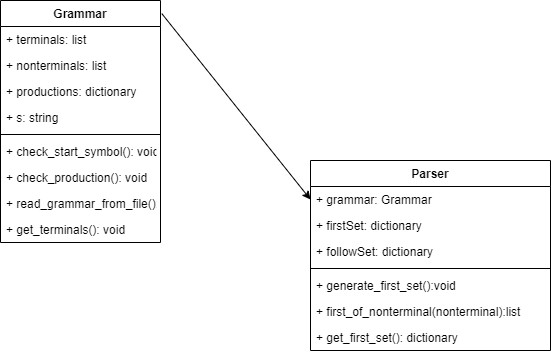
Earlier version of the draw.io export LAB7/ParserDiag.png (bogdan1809/FLCD). Source tidied: cells renumbered, new cells last; positions are measured from the earlier drawing's top-left corner, leaving out a move shared by most shapes. Its diagram source:
```xml
<mxGraphModel>
  <root>
    <mxCell id="0" />
    <mxCell id="1" parent="0" />
    <mxCell id="2" value="Grammar" style="swimlane;fontStyle=1;align=center;verticalAlign=top;horizontal=1;startSize=26;" parent="1" vertex="1">
      <mxGeometry width="160" height="242" as="geometry" />
    </mxCell>
    <mxCell id="3" value="+ terminals: list" style="text;strokeColor=none;fillColor=none;align=left;verticalAlign=top;spacingLeft=4;spacingRight=4;overflow=hidden;" parent="2" vertex="1">
      <mxGeometry y="26" width="160" height="26" as="geometry" />
    </mxCell>
    <mxCell id="4" value="+ nonterminals: list" style="text;strokeColor=none;fillColor=none;align=left;verticalAlign=top;spacingLeft=4;spacingRight=4;overflow=hidden;" parent="2" vertex="1">
      <mxGeometry y="52" width="160" height="26" as="geometry" />
    </mxCell>
    <mxCell id="5" value="+ productions: dictionary" style="text;strokeColor=none;fillColor=none;align=left;verticalAlign=top;spacingLeft=4;spacingRight=4;overflow=hidden;" parent="2" vertex="1">
      <mxGeometry y="78" width="160" height="26" as="geometry" />
    </mxCell>
    <mxCell id="6" value="+ s: string" style="text;strokeColor=none;fillColor=none;align=left;verticalAlign=top;spacingLeft=4;spacingRight=4;overflow=hidden;" parent="2" vertex="1">
      <mxGeometry y="104" width="160" height="26" as="geometry" />
    </mxCell>
    <mxCell id="7" style="line;strokeWidth=1;fillColor=none;align=left;verticalAlign=middle;spacingTop=-1;spacingLeft=3;spacingRight=3;labelPosition=right;" parent="2" vertex="1">
      <mxGeometry y="130" width="160" height="8" as="geometry" />
    </mxCell>
    <mxCell id="8" value="+ check_start_symbol(): void" style="text;strokeColor=none;fillColor=none;align=left;verticalAlign=top;spacingLeft=4;spacingRight=4;overflow=hidden;" parent="2" vertex="1">
      <mxGeometry y="138" width="160" height="26" as="geometry" />
    </mxCell>
    <mxCell id="9" value="+ check_production(): void" style="text;strokeColor=none;fillColor=none;align=left;verticalAlign=top;spacingLeft=4;spacingRight=4;overflow=hidden;" parent="2" vertex="1">
      <mxGeometry y="164" width="160" height="26" as="geometry" />
    </mxCell>
    <mxCell id="10" value="+ read_grammar_from_file(): void" style="text;strokeColor=none;fillColor=none;align=left;verticalAlign=top;spacingLeft=4;spacingRight=4;overflow=hidden;" parent="2" vertex="1">
      <mxGeometry y="190" width="160" height="26" as="geometry" />
    </mxCell>
    <mxCell id="11" value="+ get_terminals(): void" style="text;strokeColor=none;fillColor=none;align=left;verticalAlign=top;spacingLeft=4;spacingRight=4;overflow=hidden;" parent="2" vertex="1">
      <mxGeometry y="216" width="160" height="26" as="geometry" />
    </mxCell>
    <mxCell id="12" value="Parser" style="swimlane;fontStyle=1;align=center;verticalAlign=top;horizontal=1;startSize=26;" parent="1" vertex="1">
      <mxGeometry x="310" y="160" width="240" height="190" as="geometry" />
    </mxCell>
    <mxCell id="13" value="+ grammar: Grammar" style="text;strokeColor=none;fillColor=none;align=left;verticalAlign=top;spacingLeft=4;spacingRight=4;overflow=hidden;points=[[0,0.5],[1,0.5]];portConstraint=eastwest;" parent="12" vertex="1">
      <mxGeometry y="26" width="240" height="26" as="geometry" />
    </mxCell>
    <mxCell id="14" value="+ firstSet: dictionary" style="text;strokeColor=none;fillColor=none;align=left;verticalAlign=top;spacingLeft=4;spacingRight=4;overflow=hidden;" parent="12" vertex="1">
      <mxGeometry y="52" width="240" height="26" as="geometry" />
    </mxCell>
    <mxCell id="15" value="+ followSet: dictionary" style="text;strokeColor=none;fillColor=none;align=left;verticalAlign=top;spacingLeft=4;spacingRight=4;overflow=hidden;" parent="12" vertex="1">
      <mxGeometry y="78" width="240" height="26" as="geometry" />
    </mxCell>
    <mxCell id="16" style="line;strokeWidth=1;fillColor=none;align=left;verticalAlign=middle;spacingTop=-1;spacingLeft=3;spacingRight=3;labelPosition=right;" parent="12" vertex="1">
      <mxGeometry y="104" width="240" height="8" as="geometry" />
    </mxCell>
    <mxCell id="17" value="+ generate_first_set():void" style="text;strokeColor=none;fillColor=none;align=left;verticalAlign=top;spacingLeft=4;spacingRight=4;overflow=hidden;" parent="12" vertex="1">
      <mxGeometry y="112" width="240" height="26" as="geometry" />
    </mxCell>
    <mxCell id="18" value="+ first_of_nonterminal(nonterminal):list" style="text;strokeColor=none;fillColor=none;align=left;verticalAlign=top;spacingLeft=4;spacingRight=4;overflow=hidden;" parent="12" vertex="1">
      <mxGeometry y="138" width="240" height="26" as="geometry" />
    </mxCell>
    <mxCell id="19" value="+ get_first_set(): dictionary" style="text;strokeColor=none;fillColor=none;align=left;verticalAlign=top;spacingLeft=4;spacingRight=4;overflow=hidden;" parent="12" vertex="1">
      <mxGeometry y="164" width="240" height="26" as="geometry" />
    </mxCell>
    <mxCell id="20" style="endArrow=classic;html=1;exitX=1.008;exitY=0.054;exitDx=0;exitDy=0;exitPerimeter=0;entryX=0;entryY=0.5;entryDx=0;entryDy=0;" parent="1" edge="1" source="2" target="13">
      <mxGeometry relative="1" as="geometry" />
    </mxCell>
  </root>
</mxGraphModel>
```
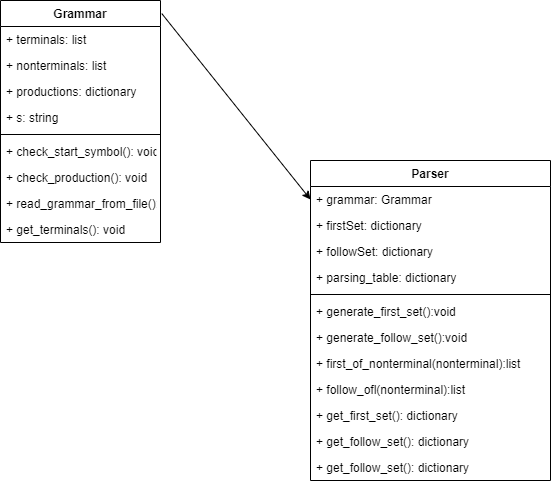
After the change.

Commit message:
parsing table done

Change to the diagram source:
```diff
@@ -33,7 +33,7 @@
       <mxGeometry y="216" width="160" height="26" as="geometry" />
     </mxCell>
     <mxCell id="12" value="Parser" style="swimlane;fontStyle=1;align=center;verticalAlign=top;horizontal=1;startSize=26;" parent="1" vertex="1">
-      <mxGeometry x="310" y="160" width="240" height="190" as="geometry" />
+      <mxGeometry x="310" y="160" width="240" height="320" as="geometry" />
     </mxCell>
     <mxCell id="13" value="+ grammar: Grammar" style="text;strokeColor=none;fillColor=none;align=left;verticalAlign=top;spacingLeft=4;spacingRight=4;overflow=hidden;points=[[0,0.5],[1,0.5]];portConstraint=eastwest;" parent="12" vertex="1">
       <mxGeometry y="26" width="240" height="26" as="geometry" />
@@ -44,18 +44,33 @@
     <mxCell id="15" value="+ followSet: dictionary" style="text;strokeColor=none;fillColor=none;align=left;verticalAlign=top;spacingLeft=4;spacingRight=4;overflow=hidden;" parent="12" vertex="1">
       <mxGeometry y="78" width="240" height="26" as="geometry" />
     </mxCell>
+    <mxCell id="21" value="+ parsing_table: dictionary" style="text;strokeColor=none;fillColor=none;align=left;verticalAlign=top;spacingLeft=4;spacingRight=4;overflow=hidden;" parent="12" vertex="1">
+      <mxGeometry y="104" width="240" height="26" as="geometry" />
+    </mxCell>
     <mxCell id="16" style="line;strokeWidth=1;fillColor=none;align=left;verticalAlign=middle;spacingTop=-1;spacingLeft=3;spacingRight=3;labelPosition=right;" parent="12" vertex="1">
-      <mxGeometry y="104" width="240" height="8" as="geometry" />
+      <mxGeometry y="130" width="240" height="8" as="geometry" />
     </mxCell>
     <mxCell id="17" value="+ generate_first_set():void" style="text;strokeColor=none;fillColor=none;align=left;verticalAlign=top;spacingLeft=4;spacingRight=4;overflow=hidden;" parent="12" vertex="1">
-      <mxGeometry y="112" width="240" height="26" as="geometry" />
+      <mxGeometry y="138" width="240" height="26" as="geometry" />
     </mxCell>
+    <mxCell id="22" value="+ generate_follow_set():void" style="text;strokeColor=none;fillColor=none;align=left;verticalAlign=top;spacingLeft=4;spacingRight=4;overflow=hidden;" parent="12" vertex="1">
+      <mxGeometry y="164" width="240" height="26" as="geometry" />
+    </mxCell>
     <mxCell id="18" value="+ first_of_nonterminal(nonterminal):list" style="text;strokeColor=none;fillColor=none;align=left;verticalAlign=top;spacingLeft=4;spacingRight=4;overflow=hidden;" parent="12" vertex="1">
-      <mxGeometry y="138" width="240" height="26" as="geometry" />
+      <mxGeometry y="190" width="240" height="26" as="geometry" />
     </mxCell>
+    <mxCell id="23" value="+ follow_ofl(nonterminal):list" style="text;strokeColor=none;fillColor=none;align=left;verticalAlign=top;spacingLeft=4;spacingRight=4;overflow=hidden;" parent="12" vertex="1">
+      <mxGeometry y="216" width="240" height="26" as="geometry" />
+    </mxCell>
     <mxCell id="19" value="+ get_first_set(): dictionary" style="text;strokeColor=none;fillColor=none;align=left;verticalAlign=top;spacingLeft=4;spacingRight=4;overflow=hidden;" parent="12" vertex="1">
-      <mxGeometry y="164" width="240" height="26" as="geometry" />
+      <mxGeometry y="242" width="240" height="26" as="geometry" />
     </mxCell>
+    <mxCell id="24" value="+ get_follow_set(): dictionary" style="text;strokeColor=none;fillColor=none;align=left;verticalAlign=top;spacingLeft=4;spacingRight=4;overflow=hidden;" parent="12" vertex="1">
+      <mxGeometry y="268" width="240" height="26" as="geometry" />
+    </mxCell>
+    <mxCell id="25" value="+ get_follow_set(): dictionary" style="text;strokeColor=none;fillColor=none;align=left;verticalAlign=top;spacingLeft=4;spacingRight=4;overflow=hidden;" parent="12" vertex="1">
+      <mxGeometry y="294" width="240" height="26" as="geometry" />
+    </mxCell>
     <mxCell id="20" style="endArrow=classic;html=1;exitX=1.008;exitY=0.054;exitDx=0;exitDy=0;exitPerimeter=0;entryX=0;entryY=0.5;entryDx=0;entryDy=0;" parent="1" edge="1" source="2" target="13">
       <mxGeometry relative="1" as="geometry" />
     </mxCell>
```
